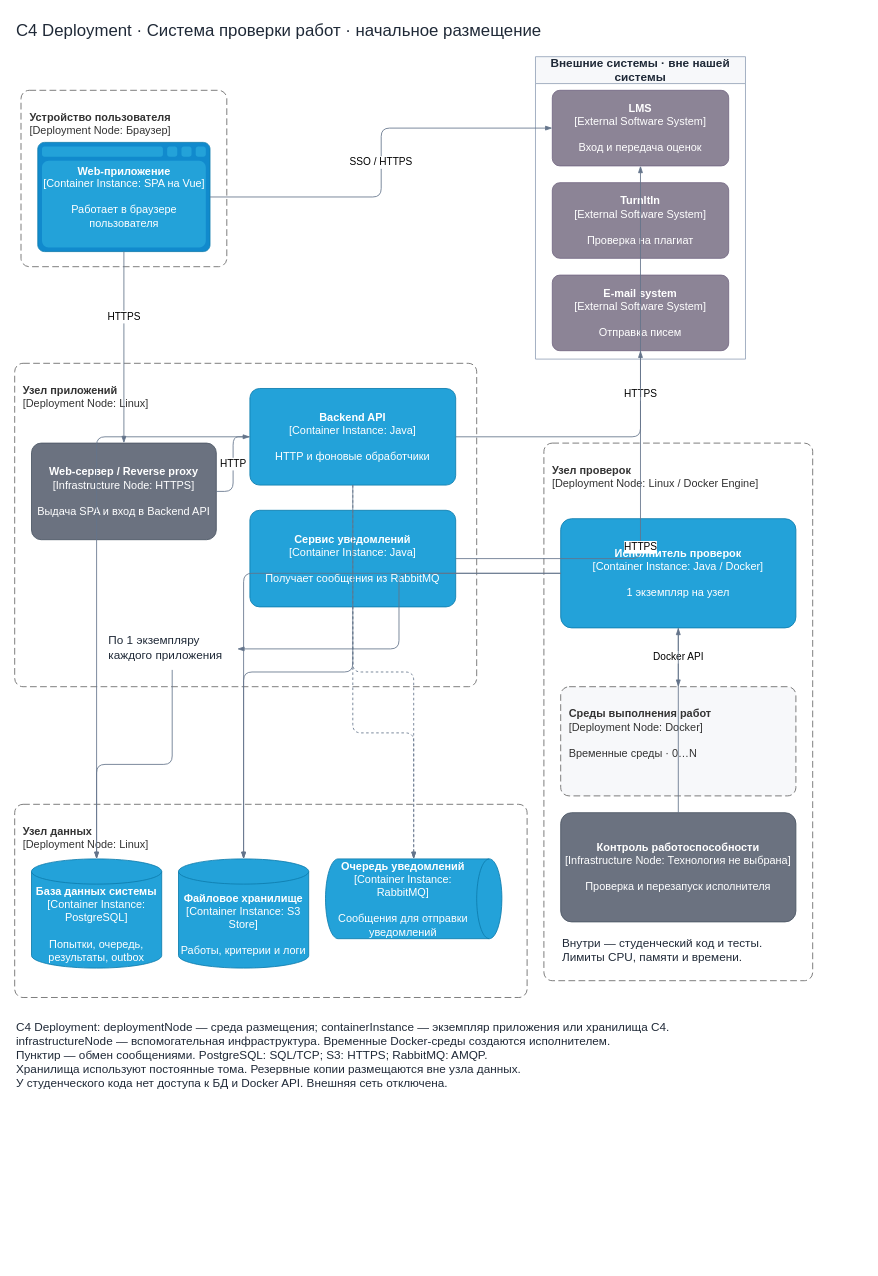
Above: HW4/deployment.drawio in uHiderovich/otus-arch-po (draw.io), before the change. Source tidied: cells renumbered, new cells numbered last; positions are measured from the earlier drawing's top-left corner, leaving out a move shared by most shapes. Both pictures are drawn from the tidied source at 84%, with x=0, y=0 at pixel (14, 14).
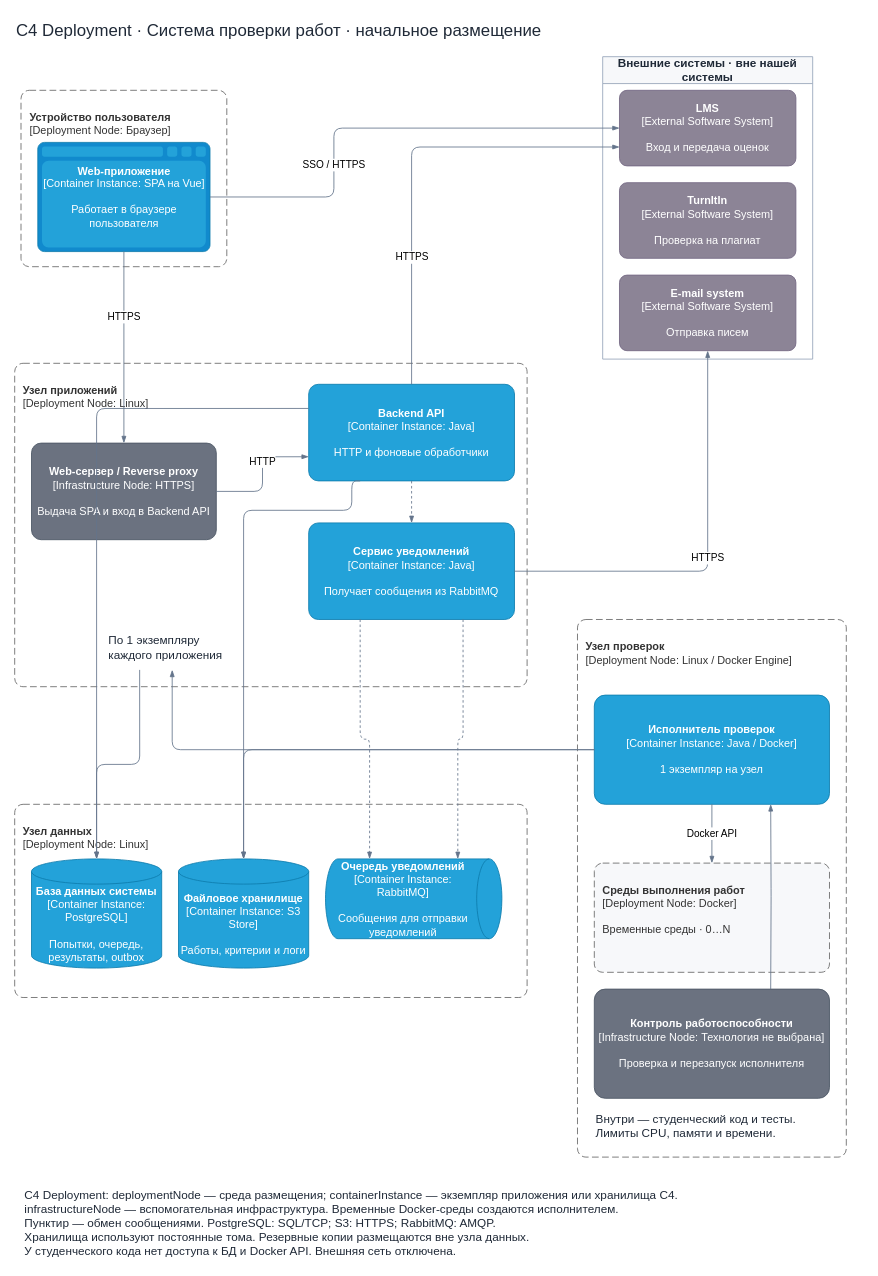
The same page after the edit.

The change refers to these unchanged cells:
```xml
<object id="4" label="&lt;b&gt;%c4Name%&lt;/b&gt;&lt;br&gt;[%c4Type%: %c4Technology%]&lt;br&gt;&lt;br&gt;%c4Description%" c4Description="Работает в браузере пользователя" c4Name="Web-приложение" c4Technology="SPA на Vue" c4Type="Container Instance" placeholders="1">
  <mxCell style="shape=mxgraph.c4.webBrowserContainer2;whiteSpace=wrap;html=1;boundedLbl=1;rounded=0;labelBackgroundColor=none;strokeColor=#118ACD;fillColor=#23A2D9;strokeColor=#118ACD;strokeColor2=#0E7DAD;fontSize=12;fontColor=#ffffff;align=center;points=[[0.5,0,0],[1,0.25,0],[1,0.5,0],[1,0.75,0],[0.5,1,0],[0,0.75,0],[0,0.5,0],[0,0.25,0]];fontSize=13;" parent="3" vertex="1">
    <mxGeometry x="20" y="62" width="205" height="130" as="geometry" />
  </mxCell>
</object>
<object id="6" label="&lt;b&gt;%c4Name%&lt;/b&gt;&lt;br&gt;[%c4Type%]&lt;br&gt;&lt;br&gt;%c4Description%" c4Description="Вход и передача оценок" c4Name="LMS" c4Type="External Software System" placeholders="1">
  <mxCell style="rounded=1;whiteSpace=wrap;html=1;labelBackgroundColor=none;fillColor=#8C8496;fontColor=#ffffff;align=center;arcSize=10;strokeColor=#736782;points=[[0.25,0,0],[0.5,0,0],[0.75,0,0],[1,0.25,0],[1,0.5,0],[1,0.75,0],[0.75,1,0],[0.5,1,0],[0.25,1,0],[0,0.75,0],[0,0.5,0],[0,0.25,0]];fontSize=13;" parent="5" vertex="1">
    <mxGeometry x="20" y="40" width="210" height="90" as="geometry" />
  </mxCell>
</object>
<object id="10" label="&lt;b&gt;%c4Name%&lt;/b&gt;&lt;br&gt;[%c4Type%: %c4Technology%]&lt;br&gt;&lt;br&gt;%c4Description%" c4Description="Выдача SPA и вход в Backend API" c4Name="Web-сервер / Reverse proxy" c4Technology="HTTPS" c4Type="Infrastructure Node" placeholders="1">
  <mxCell style="rounded=1;whiteSpace=wrap;html=1;fontSize=11;labelBackgroundColor=none;fillColor=#23A2D9;fontColor=#ffffff;align=center;arcSize=10;strokeColor=#0E7DAD;points=[[0.25,0,0],[0.5,0,0],[0.75,0,0],[1,0.25,0],[1,0.5,0],[1,0.75,0],[0.75,1,0],[0.5,1,0],[0.25,1,0],[0,0.75,0],[0,0.5,0],[0,0.25,0]];fontSize=13;fillColor=#6B7280;strokeColor=#4B5563;" parent="9" vertex="1">
    <mxGeometry x="20" y="95" width="220" height="115" as="geometry" />
  </mxCell>
</object>
<mxCell id="14" value="По 1 экземпляру&lt;br&gt;каждого приложения" style="text;strokeColor=none;fillColor=none;html=1;whiteSpace=wrap;fontSize=14;fontColor=#1F2937;" parent="9" vertex="1">
  <mxGeometry x="110" y="315" width="155" height="50" as="geometry" />
</mxCell>
<object id="16" label="&lt;b&gt;%c4Name%&lt;/b&gt;&lt;br&gt;[%c4Type%: %c4Technology%]&lt;br&gt;&lt;br&gt;%c4Description%" c4Description="Попытки, очередь, результаты, outbox" c4Name="База данных системы" c4Technology="PostgreSQL" c4Type="Container Instance" placeholders="1">
  <mxCell style="shape=cylinder3;size=15;whiteSpace=wrap;html=1;boundedLbl=1;rounded=0;labelBackgroundColor=none;fillColor=#23A2D9;fontSize=12;fontColor=#ffffff;align=center;strokeColor=#0E7DAD;points=[[0.5,0,0],[1,0.25,0],[1,0.5,0],[1,0.75,0],[0.5,1,0],[0,0.75,0],[0,0.5,0],[0,0.25,0]];fontSize=13;" parent="15" vertex="1">
    <mxGeometry x="20" y="65" width="155" height="130" as="geometry" />
  </mxCell>
</object>
<object id="17" label="&lt;b&gt;%c4Name%&lt;/b&gt;&lt;br&gt;[%c4Type%: %c4Technology%]&lt;br&gt;&lt;br&gt;%c4Description%" c4Description="Работы, критерии и логи" c4Name="Файловое хранилище" c4Technology="S3 Store" c4Type="Container Instance" placeholders="1">
  <mxCell style="shape=cylinder3;size=15;whiteSpace=wrap;html=1;boundedLbl=1;rounded=0;labelBackgroundColor=none;fillColor=#23A2D9;fontSize=12;fontColor=#ffffff;align=center;strokeColor=#0E7DAD;points=[[0.5,0,0],[1,0.25,0],[1,0.5,0],[1,0.75,0],[0.5,1,0],[0,0.75,0],[0,0.5,0],[0,0.25,0]];fontSize=13;" parent="15" vertex="1">
    <mxGeometry x="195" y="65" width="155" height="130" as="geometry" />
  </mxCell>
</object>
<object id="18" label="&lt;b&gt;%c4Name%&lt;/b&gt;&lt;br&gt;[%c4Type%: %c4Technology%]&lt;br&gt;&lt;br&gt;%c4Description%" c4Description="Сообщения для отправки уведомлений" c4Name="Очередь уведомлений" c4Technology="RabbitMQ" c4Type="Container Instance" placeholders="1">
  <mxCell style="shape=cylinder3;size=15;direction=south;whiteSpace=wrap;html=1;boundedLbl=1;rounded=0;labelBackgroundColor=none;fillColor=#23A2D9;fontSize=12;fontColor=#ffffff;align=center;strokeColor=#0E7DAD;points=[[0.5,0,0],[1,0.25,0],[1,0.5,0],[1,0.75,0],[0.5,1,0],[0,0.75,0],[0,0.5,0],[0,0.25,0]];fontSize=13;" parent="15" vertex="1">
    <mxGeometry x="370" y="65" width="210" height="95" as="geometry" />
  </mxCell>
</object>
<object id="20" label="&lt;b&gt;%c4Name%&lt;/b&gt;&lt;br&gt;[%c4Type%: %c4Technology%]&lt;br&gt;&lt;br&gt;%c4Description%" c4Description="1 экземпляр на узел" c4Name="Исполнитель проверок" c4Technology="Java / Docker" c4Type="Container Instance" placeholders="1">
  <mxCell style="rounded=1;whiteSpace=wrap;html=1;fontSize=11;labelBackgroundColor=none;fillColor=#23A2D9;fontColor=#ffffff;align=center;arcSize=10;strokeColor=#0E7DAD;points=[[0.25,0,0],[0.5,0,0],[0.75,0,0],[1,0.25,0],[1,0.5,0],[1,0.75,0],[0.75,1,0],[0.5,1,0],[0.25,1,0],[0,0.75,0],[0,0.5,0],[0,0.25,0]];fontSize=13;" parent="19" vertex="1">
    <mxGeometry x="20" y="90" width="280" height="130" as="geometry" />
  </mxCell>
</object>
<object id="21" label="&lt;b&gt;%c4Name%&lt;/b&gt;&lt;br&gt;[%c4Type%: %c4Technology%]&lt;br&gt;&lt;br&gt;%c4Description%" c4Description="Проверка и перезапуск исполнителя" c4Name="Контроль работоспособности" c4Technology="Технология не выбрана" c4Type="Infrastructure Node" placeholders="1">
  <mxCell style="rounded=1;whiteSpace=wrap;html=1;fontSize=11;labelBackgroundColor=none;fillColor=#23A2D9;fontColor=#ffffff;align=center;arcSize=10;strokeColor=#0E7DAD;points=[[0.25,0,0],[0.5,0,0],[0.75,0,0],[1,0.25,0],[1,0.5,0],[1,0.75,0],[0.75,1,0],[0.5,1,0],[0.25,1,0],[0,0.75,0],[0,0.5,0],[0,0.25,0]];fontSize=13;fillColor=#6B7280;strokeColor=#4B5563;" parent="19" vertex="1">
    <mxGeometry x="20" y="440" width="280" height="130" as="geometry" />
  </mxCell>
</object>
```

What changed in the source:
```diff
@@
     <mxCell id="5" value="Внешние системы · вне нашей системы" style="swimlane;startSize=32;fillColor=#F7F8FA;strokeColor=#94A3B8;html=1;whiteSpace=wrap;fontSize=14;fontColor=#1F2937;" parent="1" vertex="1">
-      <mxGeometry x="620" y="50" width="250" height="360" as="geometry" />
+      <mxGeometry x="700" y="50" width="250" height="360" as="geometry" />
     </mxCell>
@@
     <object id="9" label="&lt;b&gt;%c4Name%&lt;/b&gt;&lt;br&gt;[%c4Type%: %c4Technology%]" c4Name="Узел приложений" c4Technology="Linux" c4Type="Deployment Node" placeholders="1">
       <mxCell style="rounded=1;fontSize=11;whiteSpace=wrap;html=1;dashed=1;arcSize=20;fillColor=none;strokeColor=#666666;fontColor=#333333;labelBackgroundColor=none;align=left;verticalAlign=bottom;labelBorderColor=none;spacingTop=0;spacing=10;dashPattern=8 4;perimeter=rectanglePerimeter;noLabel=0;labelPadding=0;absoluteArcSize=1;fontSize=13;verticalAlign=top;spacingTop=10;align=left;" parent="1" vertex="1">
-        <mxGeometry y="415" width="550" height="385" as="geometry" />
+        <mxGeometry y="415" width="610" height="385" as="geometry" />
       </mxCell>
     </object>
@@
     <object id="11" label="&lt;b&gt;%c4Name%&lt;/b&gt;&lt;br&gt;[%c4Type%: %c4Technology%]&lt;br&gt;&lt;br&gt;%c4Description%" c4Description="HTTP и фоновые обработчики" c4Name="Backend API" c4Technology="Java" c4Type="Container Instance" placeholders="1">
       <mxCell style="rounded=1;whiteSpace=wrap;html=1;fontSize=11;labelBackgroundColor=none;fillColor=#23A2D9;fontColor=#ffffff;align=center;arcSize=10;strokeColor=#0E7DAD;points=[[0.25,0,0],[0.5,0,0],[0.75,0,0],[1,0.25,0],[1,0.5,0],[1,0.75,0],[0.75,1,0],[0.5,1,0],[0.25,1,0],[0,0.75,0],[0,0.5,0],[0,0.25,0]];fontSize=13;" parent="9" vertex="1">
-        <mxGeometry x="280" y="30" width="245" height="115" as="geometry" />
+        <mxGeometry x="350" y="25" width="245" height="115" as="geometry" />
       </mxCell>
     </object>
-    <object id="12" label="&lt;b&gt;%c4Name%&lt;/b&gt;&lt;br&gt;[%c4Type%: %c4Technology%]&lt;br&gt;&lt;br&gt;%c4Description%" c4Description="Получает сообщения из RabbitMQ" c4Name="Сервис уведомлений" c4Technology="Java" c4Type="Container Instance" placeholders="1">
-      <mxCell style="rounded=1;whiteSpace=wrap;html=1;fontSize=11;labelBackgroundColor=none;fillColor=#23A2D9;fontColor=#ffffff;align=center;arcSize=10;strokeColor=#0E7DAD;points=[[0.25,0,0],[0.5,0,0],[0.75,0,0],[1,0.25,0],[1,0.5,0],[1,0.75,0],[0.75,1,0],[0.5,1,0],[0.25,1,0],[0,0.75,0],[0,0.5,0],[0,0.25,0]];fontSize=13;" parent="9" vertex="1">
-        <mxGeometry x="280" y="175" width="245" height="115" as="geometry" />
-      </mxCell>
-    </object>
     <object id="13" label="%c4Technology%" c4Technology="HTTP" placeholders="1">
-      <mxCell style="edgeStyle=orthogonalEdgeStyle;rounded=1;html=1;fontSize=12;strokeColor=#64748B;endArrow=blockThin;defaultLabelBackgroundColor=page;" parent="9" edge="1" source="10" target="11">
-        <mxGeometry relative="1" as="geometry" />
+      <mxCell style="edgeStyle=orthogonalEdgeStyle;rounded=1;html=1;fontSize=12;strokeColor=#64748B;endArrow=blockThin;defaultLabelBackgroundColor=page;entryX=0;entryY=0.75;entryDx=0;entryDy=0;entryPerimeter=0;" parent="9" edge="1" source="10" target="11">
+        <mxGeometry x="0.2" relative="1" as="geometry" />
       </mxCell>
     </object>
@@
+    <object id="12" label="&lt;b&gt;%c4Name%&lt;/b&gt;&lt;br&gt;[%c4Type%: %c4Technology%]&lt;br&gt;&lt;br&gt;%c4Description%" c4Description="Получает сообщения из RabbitMQ" c4Name="Сервис уведомлений" c4Technology="Java" c4Type="Container Instance" placeholders="1">
+      <mxCell style="rounded=1;whiteSpace=wrap;html=1;fontSize=11;labelBackgroundColor=none;fillColor=#23A2D9;fontColor=#ffffff;align=center;arcSize=10;strokeColor=#0E7DAD;points=[[0.25,0,0],[0.5,0,0],[0.75,0,0],[1,0.25,0],[1,0.5,0],[1,0.75,0],[0.75,1,0],[0.5,1,0],[0.25,1,0],[0,0.75,0],[0,0.5,0],[0,0.25,0]];fontSize=13;" parent="9" vertex="1">
+        <mxGeometry x="350" y="190" width="245" height="115" as="geometry" />
+      </mxCell>
+    </object>
+    <mxCell id="38" style="edgeStyle=orthogonalEdgeStyle;rounded=1;html=1;fontSize=12;strokeColor=#64748B;endArrow=blockThin;defaultLabelBackgroundColor=page;dashed=1;exitX=0.5;exitY=1;exitDx=0;exitDy=0;exitPerimeter=0;" parent="9" edge="1" source="11" target="12">
+      <mxGeometry x="-0.1" relative="1" as="geometry" />
+    </mxCell>
@@
     <object id="19" label="&lt;b&gt;%c4Name%&lt;/b&gt;&lt;br&gt;[%c4Type%: %c4Technology%]" c4Name="Узел проверок" c4Technology="Linux / Docker Engine" c4Type="Deployment Node" placeholders="1">
       <mxCell style="rounded=1;fontSize=11;whiteSpace=wrap;html=1;dashed=1;arcSize=20;fillColor=none;strokeColor=#666666;fontColor=#333333;labelBackgroundColor=none;align=left;verticalAlign=bottom;labelBorderColor=none;spacingTop=0;spacing=10;dashPattern=8 4;perimeter=rectanglePerimeter;noLabel=0;labelPadding=0;absoluteArcSize=1;fontSize=13;verticalAlign=top;spacingTop=10;align=left;" parent="1" vertex="1">
-        <mxGeometry x="630" y="510" width="320" height="640" as="geometry" />
+        <mxGeometry x="670" y="720" width="320" height="640" as="geometry" />
       </mxCell>
     </object>
@@
     <object id="25" label="%c4Technology%" c4Technology="" placeholders="1">
-      <mxCell style="edgeStyle=orthogonalEdgeStyle;rounded=1;html=1;fontSize=12;strokeColor=#64748B;endArrow=blockThin;defaultLabelBackgroundColor=page;" parent="19" edge="1" source="21" target="20">
-        <mxGeometry relative="1" as="geometry" />
+      <mxCell style="edgeStyle=orthogonalEdgeStyle;rounded=1;html=1;fontSize=12;strokeColor=#64748B;endArrow=blockThin;defaultLabelBackgroundColor=page;entryX=0.75;entryY=1;entryDx=0;entryDy=0;entryPerimeter=0;" parent="19" edge="1" target="20">
+        <mxGeometry x="-0.24" relative="1" as="geometry">
+          <mxPoint x="230" y="440" as="sourcePoint" />
+        </mxGeometry>
       </mxCell>
     </object>
     <mxCell id="26" value="C4 Deployment: deploymentNode — среда размещения; containerInstance — экземпляр приложения или хранилища C4.&lt;br&gt;infrastructureNode — вспомогательная инфраструктура. Временные Docker-среды создаются исполнителем.&lt;br&gt;Пунктир — обмен сообщениями. PostgreSQL: SQL/TCP; S3: HTTPS; RabbitMQ: AMQP.&lt;br&gt;Хранилища используют постоянные тома. Резервные копии размещаются вне узла данных.&lt;br&gt;У студенческого кода нет доступа к БД и Docker API. Внешняя сеть отключена." style="text;strokeColor=none;fillColor=none;html=1;whiteSpace=wrap;fontSize=14;fontColor=#1F2937;" parent="1" vertex="1">
-      <mxGeometry y="1190" width="1000" height="95" as="geometry" />
+      <mxGeometry x="10" y="1390" width="1000" height="95" as="geometry" />
     </mxCell>
@@
     <object id="28" label="%c4Technology%" c4Technology="SSO / HTTPS" placeholders="1">
       <mxCell style="edgeStyle=orthogonalEdgeStyle;rounded=1;html=1;fontSize=12;strokeColor=#64748B;endArrow=blockThin;defaultLabelBackgroundColor=page;" parent="1" edge="1" source="4" target="6">
-        <mxGeometry relative="1" as="geometry" />
+        <mxGeometry x="-0.35" relative="1" as="geometry">
+          <Array as="points">
+            <mxPoint x="380" y="217" />
+            <mxPoint x="380" y="135" />
+          </Array>
+          <mxPoint y="-1" as="offset" />
+        </mxGeometry>
       </mxCell>
     </object>
     <object id="29" label="%c4Technology%" c4Technology="HTTPS" placeholders="1">
-      <mxCell style="edgeStyle=orthogonalEdgeStyle;rounded=1;html=1;fontSize=12;strokeColor=#64748B;endArrow=blockThin;defaultLabelBackgroundColor=page;" parent="1" edge="1" source="11" target="6">
-        <mxGeometry relative="1" as="geometry" />
+      <mxCell style="edgeStyle=orthogonalEdgeStyle;rounded=1;html=1;fontSize=12;strokeColor=#64748B;endArrow=blockThin;defaultLabelBackgroundColor=page;exitX=0.5;exitY=0;exitDx=0;exitDy=0;exitPerimeter=0;entryX=0;entryY=0.75;entryDx=0;entryDy=0;entryPerimeter=0;" parent="1" edge="1" source="11" target="6">
+        <mxGeometry x="-0.43" relative="1" as="geometry" />
       </mxCell>
     </object>
@@
     <object id="31" label="%c4Technology%" c4Technology="" placeholders="1">
-      <mxCell style="edgeStyle=orthogonalEdgeStyle;rounded=1;html=1;fontSize=12;strokeColor=#64748B;endArrow=blockThin;defaultLabelBackgroundColor=page;" parent="1" edge="1" source="11" target="16">
-        <mxGeometry relative="1" as="geometry" />
+      <mxCell style="edgeStyle=orthogonalEdgeStyle;rounded=1;html=1;fontSize=12;strokeColor=#64748B;endArrow=blockThin;defaultLabelBackgroundColor=page;exitX=0;exitY=0.25;exitDx=0;exitDy=0;exitPerimeter=0;" parent="1" edge="1" source="11" target="16">
+        <mxGeometry x="0.04" relative="1" as="geometry" />
       </mxCell>
     </object>
     <object id="32" label="%c4Technology%" c4Technology="" placeholders="1">
-      <mxCell style="edgeStyle=orthogonalEdgeStyle;rounded=1;html=1;fontSize=12;strokeColor=#64748B;endArrow=blockThin;defaultLabelBackgroundColor=page;" parent="1" edge="1" source="11" target="17">
-        <mxGeometry relative="1" as="geometry" />
+      <mxCell style="edgeStyle=orthogonalEdgeStyle;rounded=1;html=1;fontSize=12;strokeColor=#64748B;endArrow=blockThin;defaultLabelBackgroundColor=page;exitX=0.25;exitY=1;exitDx=0;exitDy=0;exitPerimeter=0;" parent="1" edge="1" source="11" target="17">
+        <mxGeometry x="-0.1" relative="1" as="geometry">
+          <Array as="points">
+            <mxPoint x="401.3" y="590" />
+            <mxPoint x="272.5" y="590" />
+          </Array>
+        </mxGeometry>
       </mxCell>
     </object>
     <object id="33" label="%c4Technology%" c4Technology="" placeholders="1">
-      <mxCell style="edgeStyle=orthogonalEdgeStyle;rounded=1;html=1;fontSize=12;strokeColor=#64748B;endArrow=blockThin;defaultLabelBackgroundColor=page;dashed=1;" parent="1" edge="1" source="11" target="18">
-        <mxGeometry relative="1" as="geometry" />
+      <mxCell style="edgeStyle=orthogonalEdgeStyle;rounded=1;html=1;fontSize=12;strokeColor=#64748B;endArrow=blockThin;defaultLabelBackgroundColor=page;dashed=1;entryX=0;entryY=0.25;entryDx=0;entryDy=0;entryPerimeter=0;exitX=0.75;exitY=1;exitDx=0;exitDy=0;exitPerimeter=0;" parent="1" edge="1" source="12" target="18">
+        <mxGeometry x="-0.1" relative="1" as="geometry" />
       </mxCell>
     </object>
     <object id="34" label="%c4Technology%" c4Technology="" placeholders="1">
-      <mxCell style="edgeStyle=orthogonalEdgeStyle;rounded=1;html=1;fontSize=12;strokeColor=#64748B;endArrow=blockThin;defaultLabelBackgroundColor=page;dashed=1;" parent="1" edge="1" source="12" target="18">
+      <mxCell style="edgeStyle=orthogonalEdgeStyle;rounded=1;html=1;fontSize=12;strokeColor=#64748B;endArrow=blockThin;defaultLabelBackgroundColor=page;dashed=1;entryX=0;entryY=0.75;entryDx=0;entryDy=0;entryPerimeter=0;exitX=0.25;exitY=1;exitDx=0;exitDy=0;exitPerimeter=0;" parent="1" edge="1" source="12" target="18">
         <mxGeometry relative="1" as="geometry" />
       </mxCell>
     </object>
     <object id="35" label="%c4Technology%" c4Technology="" placeholders="1">
-      <mxCell style="edgeStyle=orthogonalEdgeStyle;rounded=1;html=1;fontSize=12;strokeColor=#64748B;endArrow=blockThin;defaultLabelBackgroundColor=page;" parent="1" edge="1" source="14" target="16">
-        <mxGeometry relative="1" as="geometry" />
+      <mxCell style="edgeStyle=orthogonalEdgeStyle;rounded=1;html=1;fontSize=12;strokeColor=#64748B;endArrow=blockThin;defaultLabelBackgroundColor=page;exitX=0.25;exitY=1;exitDx=0;exitDy=0;entryX=0.5;entryY=0;entryDx=0;entryDy=0;entryPerimeter=0;" parent="1" edge="1" source="14" target="16">
+        <mxGeometry x="-0.14" relative="1" as="geometry" />
       </mxCell>
     </object>
```
